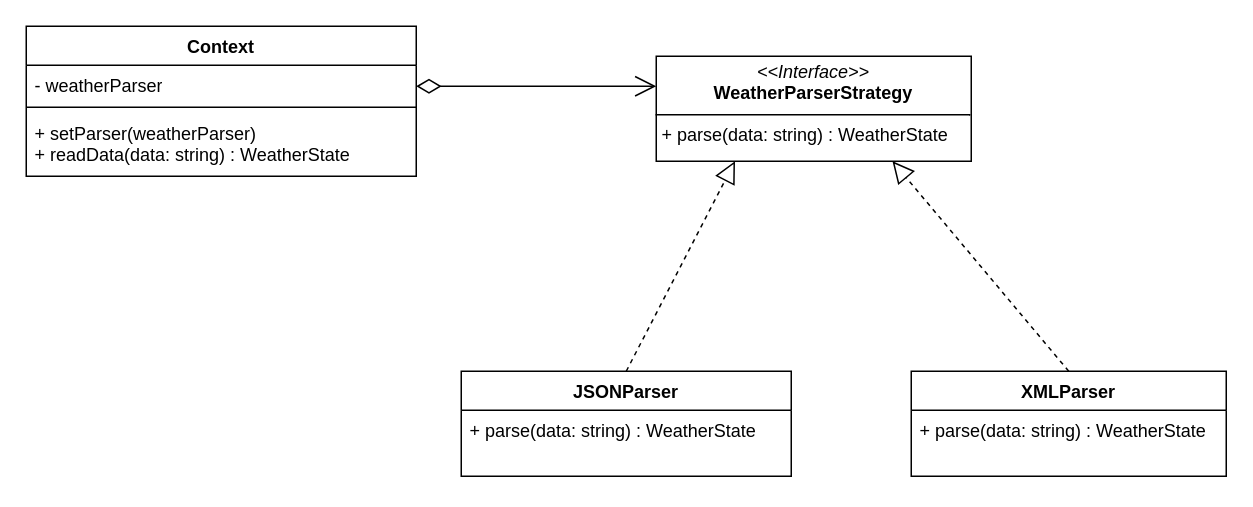
The draw.io diagram Design/StrategyStructure.drawio in MahmoudShouli/WeatherMontior, before the edit. Source tidied: cells renumbered, new cells numbered last; positions are measured from the earlier drawing's top-left corner, leaving out a move shared by most shapes. Both pictures are drawn from the tidied source at 150%, with x=0, y=0 at pixel (26, 26).
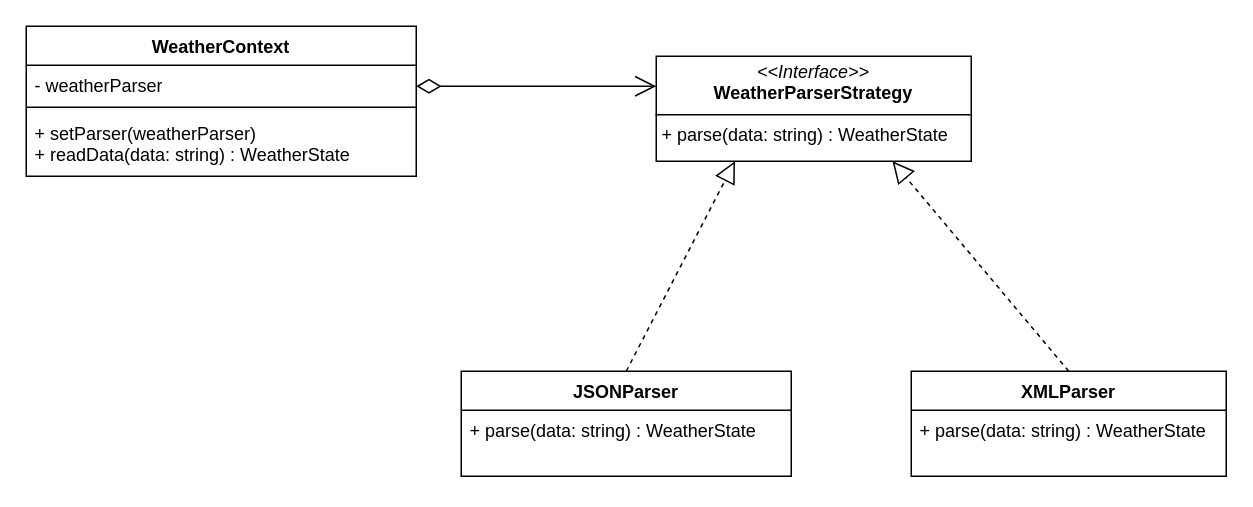
Above is the later version.

Commit message:
Rename the context to WeatherContext

The edit, as a diff of the source:
```diff
@@
 <mxGraphModel>
   <root>
     <mxCell id="0" />
     <mxCell id="1" parent="0" />
-    <mxCell id="2" value="Context" style="swimlane;fontStyle=1;align=center;verticalAlign=top;horizontal=1;startSize=26;whiteSpace=wrap;html=1;" parent="1" vertex="1">
+    <mxCell id="2" value="WeatherContext" style="swimlane;fontStyle=1;align=center;verticalAlign=top;horizontal=1;startSize=26;whiteSpace=wrap;html=1;" parent="1" vertex="1">
       <mxGeometry width="260" height="100" as="geometry" />
     </mxCell>
     <mxCell id="3" value="- weatherParser" style="text;strokeColor=none;fillColor=none;align=left;verticalAlign=top;spacingLeft=4;spacingRight=4;overflow=hidden;whiteSpace=wrap;html=1;" parent="2" vertex="1">
       <mxGeometry y="26" width="260" height="24" as="geometry" />
     </mxCell>
     <mxCell id="4" style="line;strokeWidth=1;fillColor=none;align=left;verticalAlign=middle;spacingTop=-1;spacingLeft=3;spacingRight=3;labelPosition=right;strokeColor=inherit;" parent="2" vertex="1">
       <mxGeometry y="50" width="260" height="8" as="geometry" />
     </mxCell>
     <mxCell id="5" value="+ setParser(weatherParser)&lt;div&gt;&lt;div style=&quot;forced-color-adjust: none; box-shadow: none !important;&quot;&gt;+ readData(data: string) : WeatherState&lt;/div&gt;&lt;div style=&quot;forced-color-adjust: none; box-shadow: none !important;&quot;&gt;&lt;div style=&quot;forced-color-adjust: none; box-shadow: none !important;&quot;&gt;&lt;br style=&quot;forced-color-adjust: none; color: rgb(255, 255, 255); background-color: rgb(27, 29, 30); box-shadow: none !important;&quot;&gt;&lt;/div&gt;&lt;/div&gt;&lt;/div&gt;" style="text;strokeColor=none;fillColor=none;align=left;verticalAlign=top;spacingLeft=4;spacingRight=4;overflow=hidden;whiteSpace=wrap;html=1;" parent="2" vertex="1">
       <mxGeometry y="58" width="260" height="42" as="geometry" />
     </mxCell>
     <mxCell id="6" value="&lt;p style=&quot;margin:0px;margin-top:4px;text-align:center;&quot;&gt;&lt;i&gt;&amp;lt;&amp;lt;Interface&amp;gt;&amp;gt;&lt;/i&gt;&lt;br&gt;&lt;b&gt;WeatherParserStrategy&lt;/b&gt;&lt;/p&gt;&lt;hr size=&quot;1&quot; style=&quot;border-style:solid;&quot;&gt;&lt;p style=&quot;margin:0px;margin-left:4px;&quot;&gt;+ parse(data: string) : WeatherState&lt;br&gt;&lt;br&gt;&lt;/p&gt;" style="verticalAlign=top;align=left;overflow=fill;html=1;whiteSpace=wrap;" parent="1" vertex="1">
       <mxGeometry x="420" y="20" width="210" height="70" as="geometry" />
     </mxCell>
     <mxCell id="7" style="endArrow=open;html=1;endSize=12;startArrow=diamondThin;startSize=14;startFill=0;edgeStyle=orthogonalEdgeStyle;align=left;verticalAlign=bottom;rounded=0;" parent="1" edge="1">
       <mxGeometry x="-1" y="3" relative="1" as="geometry">
         <mxPoint x="260" y="40" as="sourcePoint" />
         <mxPoint x="420" y="40" as="targetPoint" />
       </mxGeometry>
     </mxCell>
     <mxCell id="8" value="JSONParser" style="swimlane;fontStyle=1;align=center;verticalAlign=top;horizontal=1;startSize=26;whiteSpace=wrap;html=1;" parent="1" vertex="1">
       <mxGeometry x="290" y="230" width="220" height="70" as="geometry" />
     </mxCell>
     <mxCell id="9" value="&lt;div&gt;&lt;div&gt;+ parse(data: string) : WeatherState&lt;br&gt;&lt;/div&gt;&lt;/div&gt;" style="text;strokeColor=none;fillColor=none;align=left;verticalAlign=top;spacingLeft=4;spacingRight=4;overflow=hidden;whiteSpace=wrap;html=1;" parent="8" vertex="1">
       <mxGeometry y="26" width="220" height="44" as="geometry" />
     </mxCell>
     <mxCell id="10" value="XMLParser" style="swimlane;fontStyle=1;align=center;verticalAlign=top;horizontal=1;startSize=26;whiteSpace=wrap;html=1;" parent="1" vertex="1">
       <mxGeometry x="590" y="230" width="210" height="70" as="geometry" />
     </mxCell>
     <mxCell id="11" value="&lt;div&gt;&lt;div&gt;+ parse(data: string) : WeatherState&lt;br&gt;&lt;/div&gt;&lt;/div&gt;" style="text;strokeColor=none;fillColor=none;align=left;verticalAlign=top;spacingLeft=4;spacingRight=4;overflow=hidden;whiteSpace=wrap;html=1;" parent="10" vertex="1">
       <mxGeometry y="26" width="210" height="44" as="geometry" />
     </mxCell>
     <mxCell id="12" style="endArrow=block;dashed=1;endFill=0;endSize=12;html=1;rounded=0;entryX=0.25;entryY=1;entryDx=0;entryDy=0;exitX=0.5;exitY=0;exitDx=0;exitDy=0;" parent="1" edge="1" source="8" target="6">
       <mxGeometry relative="1" as="geometry" />
     </mxCell>
     <mxCell id="13" style="endArrow=block;dashed=1;endFill=0;endSize=12;html=1;rounded=0;entryX=0.75;entryY=1;entryDx=0;entryDy=0;exitX=0.5;exitY=0;exitDx=0;exitDy=0;" parent="1" edge="1" source="10" target="6">
       <mxGeometry relative="1" as="geometry" />
     </mxCell>
   </root>
 </mxGraphModel>
```
